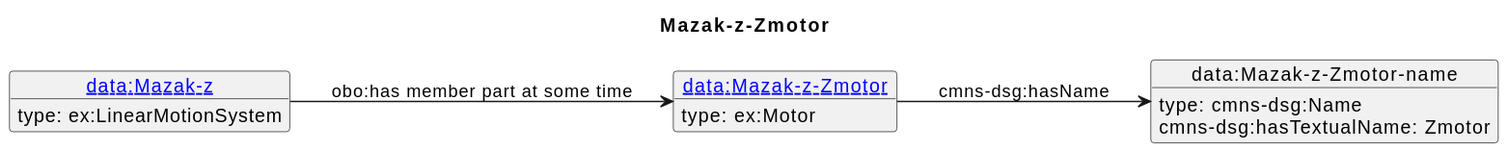
Earlier version of the PlantUML export diagrams/Mazak-z-Zmotor.svg (iofoundry/example-syseng-mtconnect).
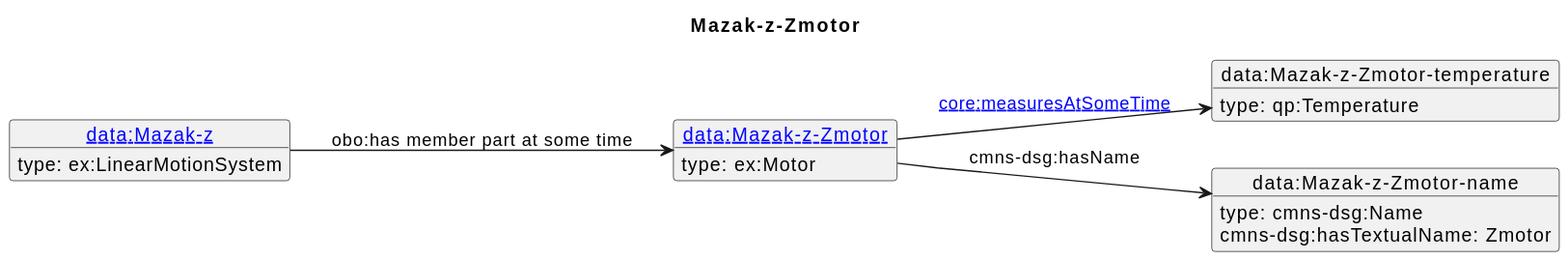
After the change.

What changed in the source:
```diff
@@ -5,13 +5,17 @@
 object "[[./Mazak-z-Zmotor.html data:Mazak-z-Zmotor]]" as o1 {
  type: ex:Motor
 }
-object "data:Mazak-z-Zmotor-name" as o2 {
+object "data:Mazak-z-Zmotor-temperature" as o2 {
+ type: qp:Temperature
+}
+object "data:Mazak-z-Zmotor-name" as o3 {
  type: cmns-dsg:Name
 }
-object "[[./Mazak-z.html data:Mazak-z]]" as o3 {
+object "[[./Mazak-z.html data:Mazak-z]]" as o4 {
  type: ex:LinearMotionSystem
 }
-o1 --> o2 : cmns-dsg:hasName
-o2 : cmns-dsg:hasTextualName: Zmotor
-o3 --> o1 : obo:has member part at some time
+o1 --> o2 : [[https://spec.industrialontologies.org/ontology/core/Core/measuresAtSomeTime core:measuresAtSomeTime]]
+o1 --> o3 : cmns-dsg:hasName
+o3 : cmns-dsg:hasTextualName: Zmotor
+o4 --> o1 : obo:has member part at some time
 @enduml
```
